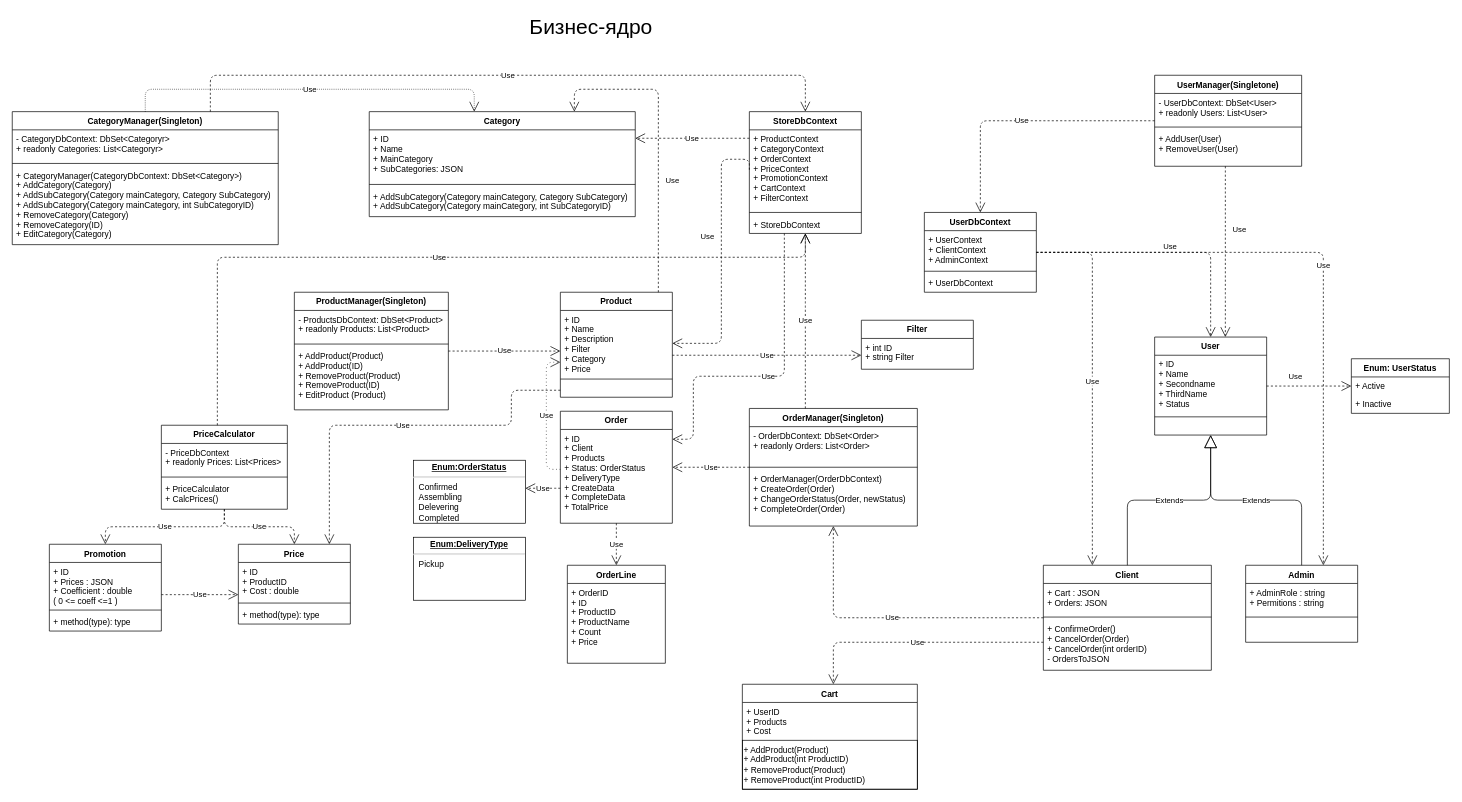
Above: UML Diagram.drawio in ArtemGB/AlpakaStore (draw.io), before the change. Source tidied: cells renumbered, new cells numbered last; positions are measured from the earlier drawing's top-left corner, leaving out a move shared by most shapes. Both pictures are drawn from the tidied source at 70%, with x=0, y=0 at pixel (12, 12).
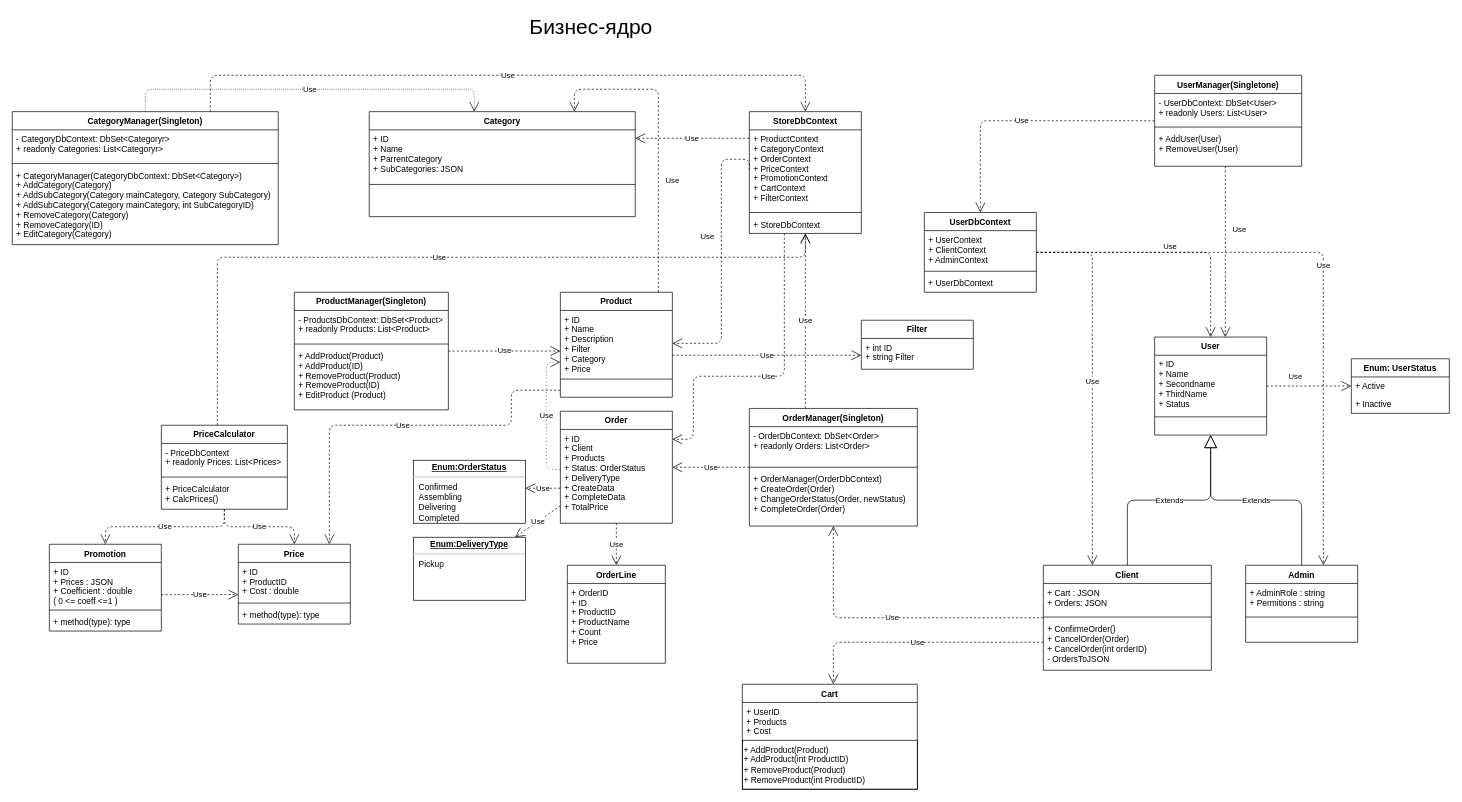
Above is the later version.

Unchanged cells that the change refers to:
```xml
<mxCell id="9" value="Category" style="swimlane;fontStyle=1;align=center;verticalAlign=top;horizontal=1;startSize=26;" parent="1" vertex="1">
  <mxGeometry x="510" y="142" width="380" height="150" as="geometry" />
</mxCell>
<mxCell id="31" value="Order" style="swimlane;fontStyle=1;align=center;verticalAlign=top;horizontal=1;startSize=26;" parent="1" vertex="1">
  <mxGeometry x="783" y="570" width="160" height="160" as="geometry" />
</mxCell>
<mxCell id="100" value="&lt;p style=&quot;margin: 0px ; margin-top: 4px ; text-align: center ; text-decoration: underline&quot;&gt;&lt;b&gt;Enum:DeliveryType&lt;/b&gt;&lt;/p&gt;&lt;hr&gt;&lt;p style=&quot;margin: 0px ; margin-left: 8px&quot;&gt;Pickup&lt;/p&gt;" style="verticalAlign=top;align=left;overflow=fill;fontSize=12;fontFamily=Helvetica;html=1;fillColor=none;" parent="1" vertex="1">
  <mxGeometry x="573" y="750" width="160" height="90" as="geometry" />
</mxCell>
```

Change to the diagram source:
```diff
@@
-    <mxCell id="10" value="+ ID&#10;+ Name&#10;+ MainCategory&#10;+ SubCategories: JSON" style="text;strokeColor=none;fillColor=none;align=left;verticalAlign=top;spacingLeft=4;spacingRight=4;overflow=hidden;" parent="9" vertex="1">
+    <mxCell id="10" value="+ ID&#10;+ Name&#10;+ ParrentCategory&#10;+ SubCategories: JSON" style="text;strokeColor=none;fillColor=none;align=left;verticalAlign=top;spacingLeft=4;spacingRight=4;overflow=hidden;" parent="9" vertex="1">
       <mxGeometry y="26" width="380" height="74" as="geometry" />
     </mxCell>
@@
-    <mxCell id="12" value="+ AddSubCategory(Category mainCategory, Category SubCategory)&#10;+ AddSubCategory(Category mainCategory, int SubCategoryID)" style="text;strokeColor=none;fillColor=none;align=left;verticalAlign=top;spacingLeft=4;spacingRight=4;overflow=hidden;" parent="9" vertex="1">
+    <mxCell id="12" value=" " style="text;strokeColor=none;fillColor=none;align=left;verticalAlign=top;spacingLeft=4;spacingRight=4;overflow=hidden;" parent="9" vertex="1">
       <mxGeometry y="108" width="380" height="42" as="geometry" />
     </mxCell>
@@
-    <mxCell id="33" value="&lt;p style=&quot;margin: 0px ; margin-top: 4px ; text-align: center ; text-decoration: underline&quot;&gt;&lt;b&gt;Enum:OrderStatus&lt;/b&gt;&lt;/p&gt;&lt;hr&gt;&lt;p style=&quot;margin: 0px ; margin-left: 8px&quot;&gt;Confirmed&lt;br&gt;Assembling&lt;/p&gt;&lt;p style=&quot;margin: 0px ; margin-left: 8px&quot;&gt;Delevering&lt;/p&gt;&lt;p style=&quot;margin: 0px ; margin-left: 8px&quot;&gt;Completed&lt;/p&gt;" style="verticalAlign=top;align=left;overflow=fill;fontSize=12;fontFamily=Helvetica;html=1;" parent="1" vertex="1">
+    <mxCell id="33" value="&lt;p style=&quot;margin: 0px ; margin-top: 4px ; text-align: center ; text-decoration: underline&quot;&gt;&lt;b&gt;Enum:OrderStatus&lt;/b&gt;&lt;/p&gt;&lt;hr&gt;&lt;p style=&quot;margin: 0px ; margin-left: 8px&quot;&gt;Confirmed&lt;br&gt;Assembling&lt;/p&gt;&lt;p style=&quot;margin: 0px ; margin-left: 8px&quot;&gt;Delivering&lt;/p&gt;&lt;p style=&quot;margin: 0px ; margin-left: 8px&quot;&gt;Completed&lt;/p&gt;" style="verticalAlign=top;align=left;overflow=fill;fontSize=12;fontFamily=Helvetica;html=1;" parent="1" vertex="1">
       <mxGeometry x="573" y="640" width="160" height="90" as="geometry" />
     </mxCell>
@@
+    <mxCell id="101" value="Use" style="endArrow=open;endSize=12;dashed=1;html=1;" parent="1" edge="1" source="31" target="100">
+      <mxGeometry relative="1" as="geometry" />
+    </mxCell>
```
